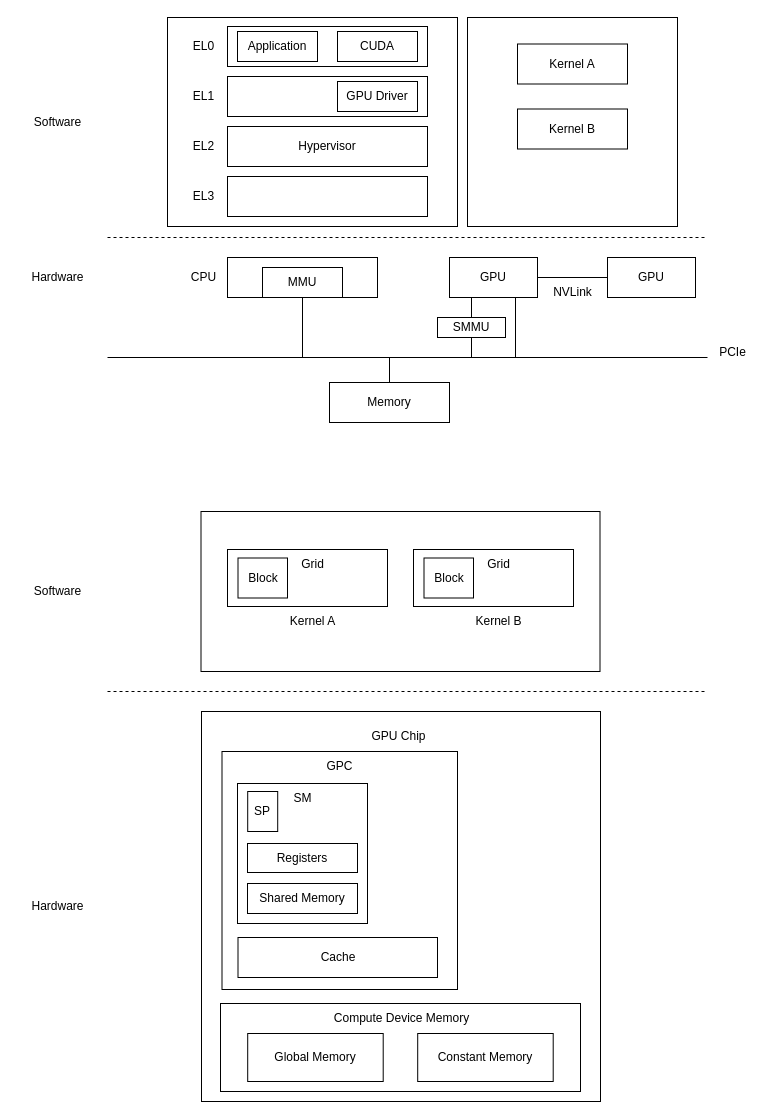
This is gpu.drawio from qianfei11/draw.io, a draw.io file, before an edit. Source tidied: cells renumbered, new cells numbered last; positions are measured from the earlier drawing's top-left corner, leaving out a move shared by most shapes. Both pictures are drawn from the tidied source at 100%, with x=0, y=0 at pixel (17, 17).
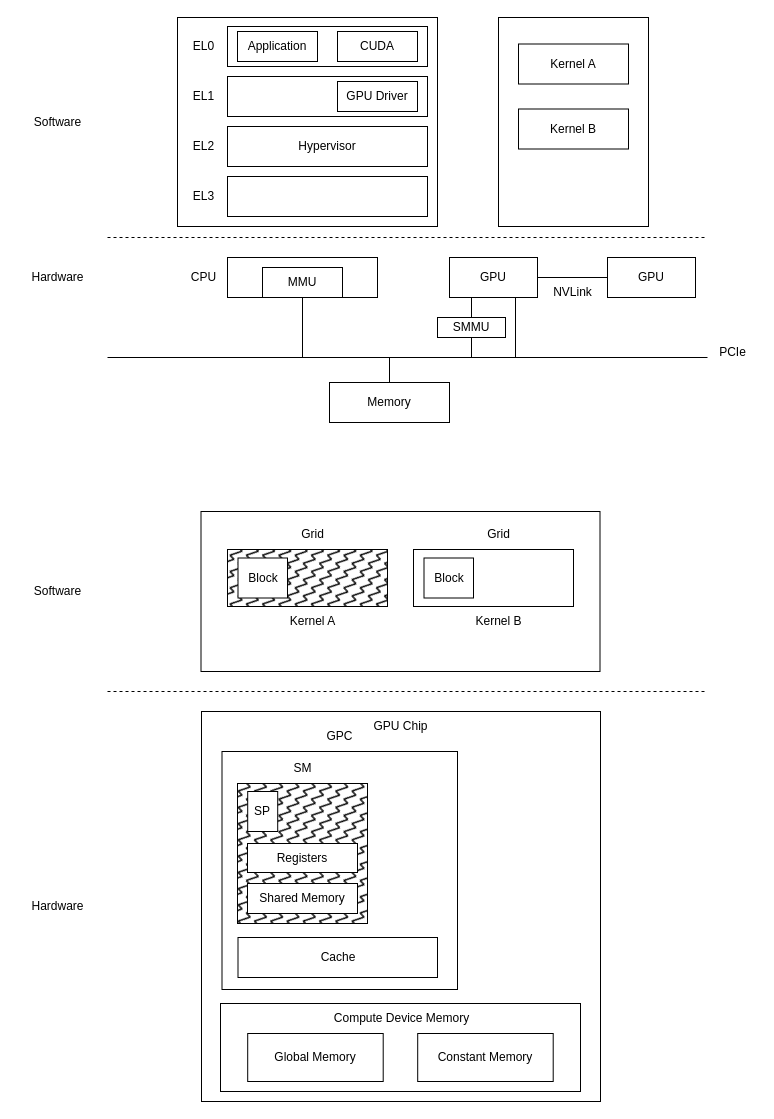
The same diagram, later.

Change to the diagram source:
```diff
@@
     <mxCell id="2" style="rounded=0;whiteSpace=wrap;html=1;" parent="1" vertex="1">
-      <mxGeometry x="450" width="210" height="209" as="geometry" />
+      <mxGeometry x="481" width="150" height="209" as="geometry" />
     </mxCell>
     <mxCell id="3" style="rounded=0;whiteSpace=wrap;html=1;" parent="1" vertex="1">
-      <mxGeometry x="150" width="290" height="209" as="geometry" />
+      <mxGeometry x="160" width="260" height="209" as="geometry" />
     </mxCell>
@@
-    <mxCell id="12" value="GPU Driver" style="rounded=0;whiteSpace=wrap;html=1;" parent="1" vertex="1">
+    <mxCell id="12" value="GPU Driver" style="rounded=0;whiteSpace=wrap;html=1;fillStyle=auto;fillColor=#FFFFFF;" parent="1" vertex="1">
       <mxGeometry x="320" y="64" width="80" height="30" as="geometry" />
     </mxCell>
@@
-    <mxCell id="18" value="Application" style="rounded=0;whiteSpace=wrap;html=1;" parent="1" vertex="1">
+    <mxCell id="18" value="Application" style="rounded=0;whiteSpace=wrap;html=1;fillStyle=auto;fillColor=#FFFFFF;" parent="1" vertex="1">
       <mxGeometry x="220" y="14" width="80" height="30" as="geometry" />
     </mxCell>
@@
-    <mxCell id="34" value="CUDA" style="rounded=0;whiteSpace=wrap;html=1;" parent="1" vertex="1">
+    <mxCell id="34" value="CUDA" style="rounded=0;whiteSpace=wrap;html=1;fillStyle=auto;fillColor=#FFFFFF;" parent="1" vertex="1">
       <mxGeometry x="320" y="14" width="80" height="30" as="geometry" />
     </mxCell>
@@
     <mxCell id="36" value="GPU Chip" style="text;html=1;align=center;verticalAlign=middle;strokeColor=none;fillColor=none;" parent="1" vertex="1">
-      <mxGeometry x="341" y="704" width="80" height="30" as="geometry" />
+      <mxGeometry x="343" y="694" width="80" height="30" as="geometry" />
     </mxCell>
@@
-    <mxCell id="46" style="rounded=0;whiteSpace=wrap;html=1;" parent="1" vertex="1">
+    <mxCell id="46" style="rounded=0;whiteSpace=wrap;html=1;fillColor=#000000;fillStyle=zigzag-line;" parent="1" vertex="1">
       <mxGeometry x="220" y="766" width="130" height="140" as="geometry" />
     </mxCell>
     <mxCell id="47" value="SM" style="text;html=1;align=center;verticalAlign=middle;strokeColor=none;fillColor=none;" parent="1" vertex="1">
-      <mxGeometry x="265" y="766" width="40" height="30" as="geometry" />
+      <mxGeometry x="265" y="736" width="40" height="30" as="geometry" />
     </mxCell>
@@
     <mxCell id="51" value="Kernel A" style="rounded=0;whiteSpace=wrap;html=1;" parent="1" vertex="1">
-      <mxGeometry x="500" y="26.5" width="110" height="40" as="geometry" />
+      <mxGeometry x="501" y="26.5" width="110" height="40" as="geometry" />
     </mxCell>
     <mxCell id="52" value="Kernel B" style="rounded=0;whiteSpace=wrap;html=1;" parent="1" vertex="1">
-      <mxGeometry x="500" y="91.5" width="110" height="40" as="geometry" />
+      <mxGeometry x="501" y="91.5" width="110" height="40" as="geometry" />
     </mxCell>
     <mxCell id="53" value="GPC" style="text;html=1;align=center;verticalAlign=middle;strokeColor=none;fillColor=none;" parent="1" vertex="1">
-      <mxGeometry x="297.2" y="734" width="50" height="30" as="geometry" />
+      <mxGeometry x="297.2" y="704" width="50" height="30" as="geometry" />
     </mxCell>
-    <mxCell id="54" style="rounded=0;whiteSpace=wrap;html=1;" parent="1" vertex="1">
+    <mxCell id="54" style="rounded=0;whiteSpace=wrap;html=1;fillStyle=zigzag-line;fillColor=#000000;" parent="1" vertex="1">
       <mxGeometry x="210" y="532" width="160" height="57" as="geometry" />
     </mxCell>
@@
     <mxCell id="56" value="Grid" style="text;html=1;align=center;verticalAlign=middle;strokeColor=none;fillColor=none;" parent="1" vertex="1">
-      <mxGeometry x="270" y="532" width="50" height="30" as="geometry" />
+      <mxGeometry x="270" y="502" width="50" height="30" as="geometry" />
     </mxCell>
@@
     <mxCell id="60" value="Grid" style="text;html=1;align=center;verticalAlign=middle;strokeColor=none;fillColor=none;" parent="1" vertex="1">
-      <mxGeometry x="456" y="532" width="50" height="30" as="geometry" />
+      <mxGeometry x="456" y="502" width="50" height="30" as="geometry" />
     </mxCell>
```
